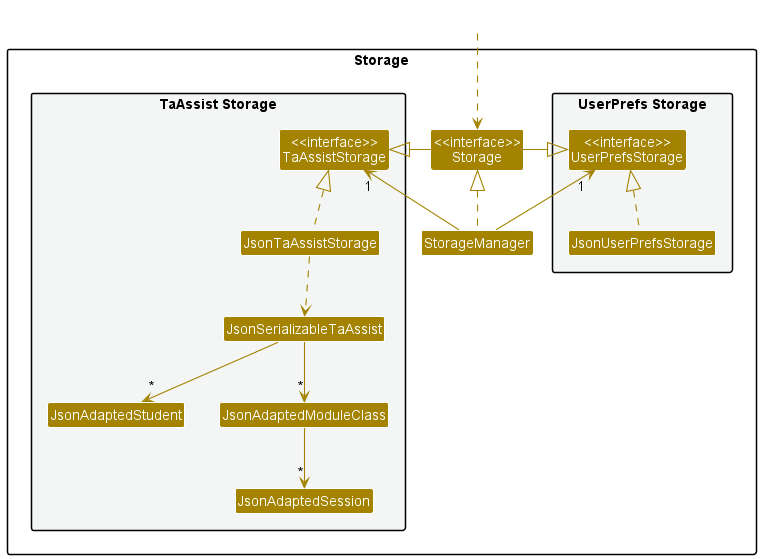
Before: docs/images/StorageClassDiagram.png, a diagram exported from PlantUML (nus-cs2103-AY2223S1/tp).
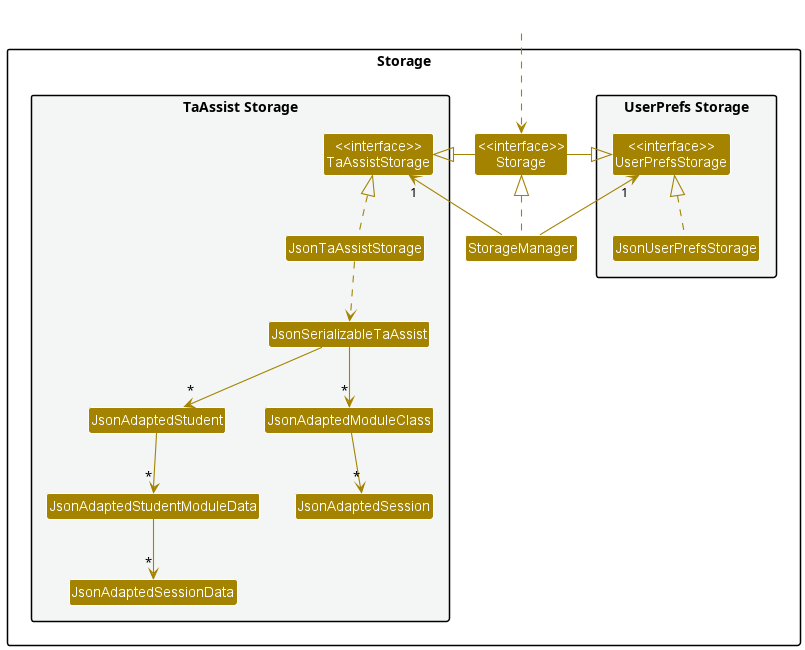
After the change.

The edit, as a diff of the source:
```diff
@@ -21,6 +21,8 @@
 Class JsonAdaptedStudent
 Class JsonAdaptedModuleClass
 Class JsonAdaptedSession
+Class JsonAdaptedStudentModuleData
+Class JsonAdaptedSessionData
 }
 }
 
@@ -40,5 +42,7 @@
 JsonSerializableTaAssist--> "*" JsonAdaptedStudent
 JsonSerializableTaAssist--> "*" JsonAdaptedModuleClass
 JsonAdaptedModuleClass--> "*" JsonAdaptedSession
+JsonAdaptedStudent--> "*" JsonAdaptedStudentModuleData
+JsonAdaptedStudentModuleData--> "*" JsonAdaptedSessionData
 
 @enduml
```
